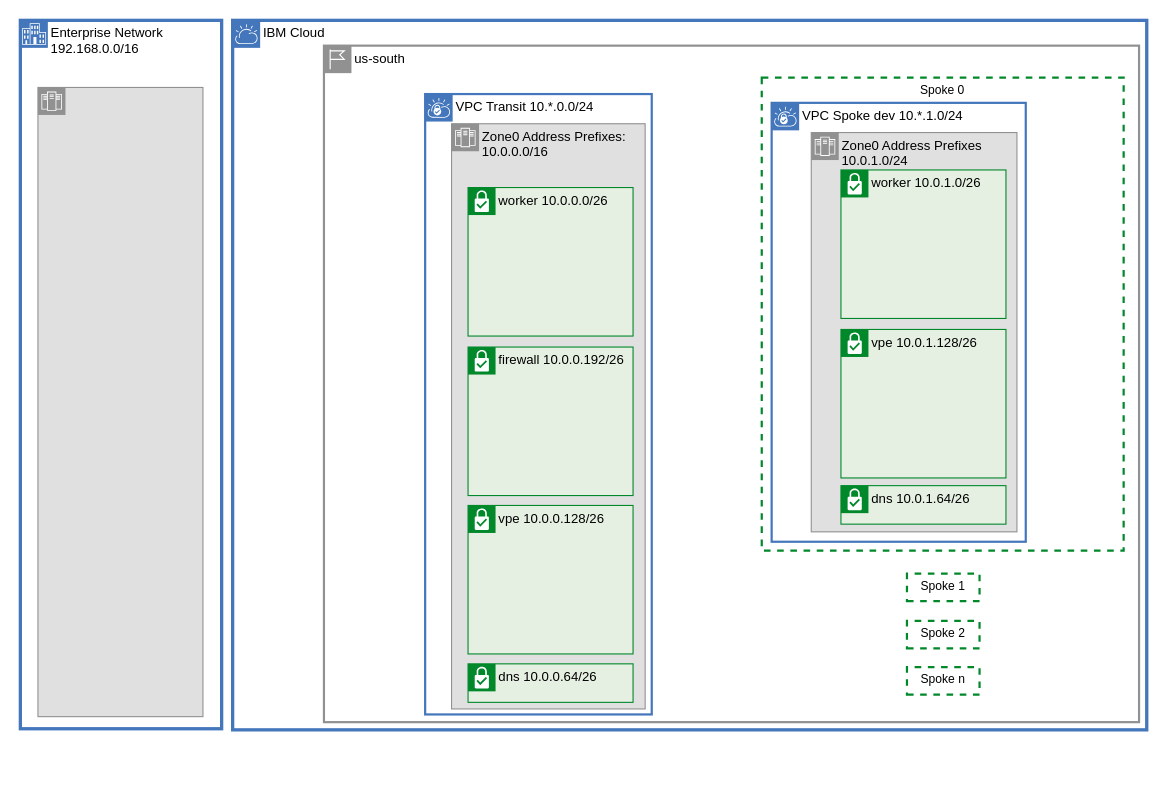
The draw.io diagram page "vpc-layout" (2 of 11) of diagrams/vpc-transit.drawio in ibm-cloud-docs/solution-tutorials, before the edit. Source tidied: cells renumbered, new cells numbered last; positions are measured from the earlier drawing's top-left corner, leaving out a move shared by most shapes. Both pictures are drawn from the tidied source at 110%, with x=0, y=0 at pixel (20, 20).
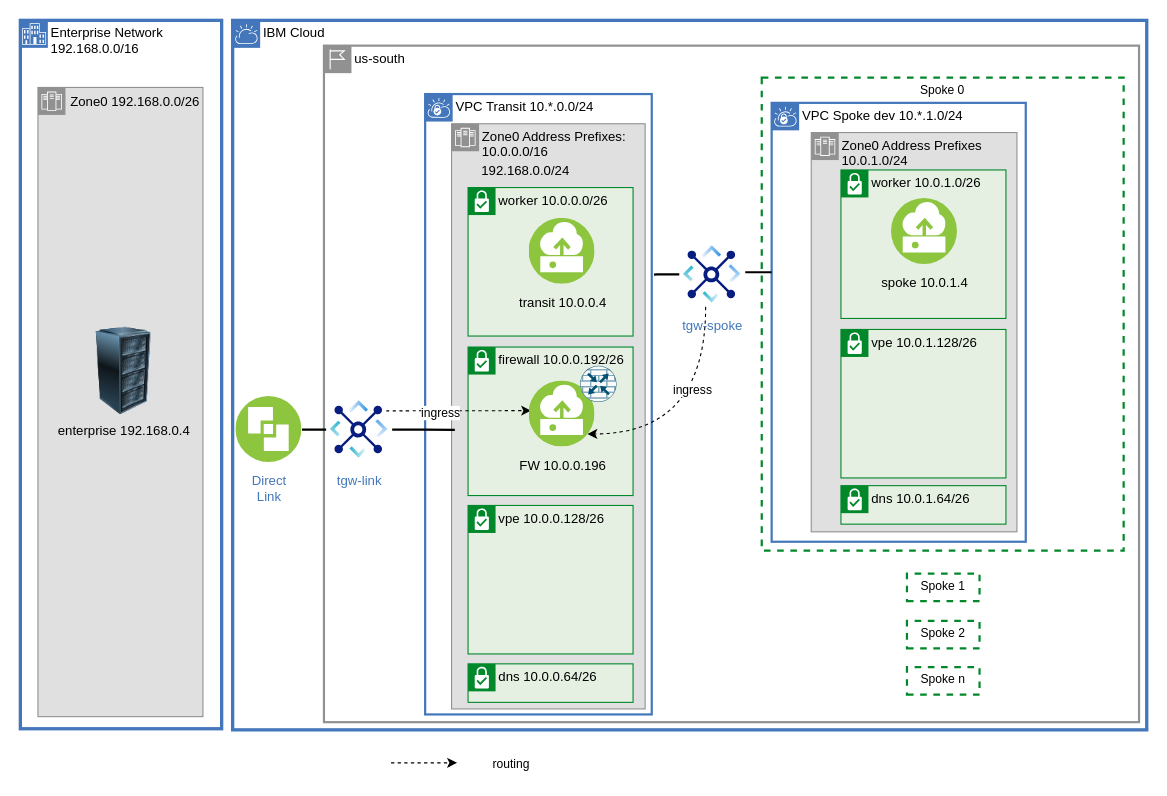
Above is the later version.

Unchanged cells that the change refers to:
```xml
<mxCell id="8" value="VPC Transit 10.*.0.0/24" style="shape=mxgraph.ibm.box;prType=vpc;fontStyle=0;verticalAlign=top;align=left;spacingLeft=32;spacingTop=4;fillColor=none;rounded=0;whiteSpace=wrap;html=1;strokeColor=#4376BB;strokeWidth=2;dashed=0;spacing=-4;" parent="1" vertex="1">
  <mxGeometry x="368" y="67" width="206" height="564" as="geometry" />
</mxCell>
<mxCell id="9" value="Zone0 Address Prefixes:&amp;nbsp; 10.0.0.0/16" style="shape=mxgraph.ibm.box;prType=zone;fontStyle=0;verticalAlign=top;align=left;spacingLeft=32;spacingTop=4;fillColor=#E0E0E0;rounded=0;whiteSpace=wrap;html=1;strokeColor=#919191;strokeWidth=1;dashed=0;spacing=-4;" parent="1" vertex="1">
  <mxGeometry x="392" y="94" width="176" height="532" as="geometry" />
</mxCell>
```

Diff of the diagram source:
```diff
@@
+    <mxCell id="21" style="edgeStyle=orthogonalEdgeStyle;rounded=0;jettySize=auto;html=1;strokeWidth=2;endArrow=none;endFill=0;entryX=1.01;entryY=0.291;entryDx=0;entryDy=0;entryPerimeter=0;" parent="1" edge="1" source="28" target="8">
+      <mxGeometry relative="1" as="geometry" />
+    </mxCell>
@@
+    <mxCell id="22" style="edgeStyle=orthogonalEdgeStyle;shape=connector;rounded=0;jettySize=auto;html=1;entryX=0.017;entryY=0.523;entryDx=0;entryDy=0;entryPerimeter=0;labelBackgroundColor=default;strokeColor=default;strokeWidth=2;fontFamily=Helvetica;fontSize=11;fontColor=default;endArrow=none;endFill=0;" parent="1" edge="1" source="31" target="9">
+      <mxGeometry relative="1" as="geometry" />
+    </mxCell>
+    <mxCell id="23" parent="0" />
+    <mxCell id="24" value="spoke 10.0.1.4" style="perimeter=ellipsePerimeter;html=1;align=center;shadow=0;dashed=0;fontColor=black;fontSize=12;spacingTop=3;image;image=img/lib/ibm/vpc/Instance.svg;overflow=visible;noLabel=0;labelBackgroundColor=none;" parent="23" vertex="1">
+      <mxGeometry x="792" y="162" width="60" height="60" as="geometry" />
+    </mxCell>
+    <mxCell id="25" value="transit 10.0.0.4" style="perimeter=ellipsePerimeter;html=1;align=center;shadow=0;dashed=0;fontColor=black;fontSize=12;spacingTop=3;image;image=img/lib/ibm/vpc/Instance.svg;labelBackgroundColor=none;" parent="23" vertex="1">
+      <mxGeometry x="462.5" y="180" width="60" height="60" as="geometry" />
+    </mxCell>
+    <mxCell id="26" value="enterprise 192.168.0.4" style="image;html=1;image=img/lib/clip_art/computers/Server_Rack_128x128.png;noLabel=0;labelBackgroundColor=none;" parent="23" vertex="1">
+      <mxGeometry x="54" y="279" width="80" height="80" as="geometry" />
+    </mxCell>
+    <mxCell id="27" parent="0" />
+    <mxCell id="28" value="tgw-spoke" style="perimeter=ellipsePerimeter;html=1;align=center;shadow=0;dashed=0;fontColor=#4277BB;labelBackgroundColor=#ffffff;fontSize=12;spacingTop=3;image;image=img/lib/ibm/vpc/TransitGateway.svg;labelPadding=0;backgroundOutline=0;" parent="27" vertex="1">
+      <mxGeometry x="599" y="201" width="60" height="60" as="geometry" />
+    </mxCell>
+    <mxCell id="29" style="edgeStyle=orthogonalEdgeStyle;rounded=0;orthogonalLoop=1;jettySize=auto;html=1;endArrow=none;endFill=0;strokeWidth=2;" parent="27" edge="1">
+      <mxGeometry relative="1" as="geometry">
+        <mxPoint x="659" y="229" as="sourcePoint" />
+        <mxPoint x="682" y="230" as="targetPoint" />
+      </mxGeometry>
+    </mxCell>
+    <mxCell id="30" parent="0" />
+    <mxCell id="31" value="tgw-link" style="perimeter=ellipsePerimeter;html=1;align=center;shadow=0;dashed=0;fontColor=#4277BB;labelBackgroundColor=#ffffff;fontSize=12;spacingTop=3;image;image=img/lib/ibm/vpc/TransitGateway.svg;" parent="30" vertex="1">
+      <mxGeometry x="278" y="342" width="60" height="60" as="geometry" />
+    </mxCell>
+    <mxCell id="32" style="edgeStyle=orthogonalEdgeStyle;rounded=0;orthogonalLoop=1;jettySize=auto;html=1;dashed=1;strokeWidth=3;endArrow=none;endFill=0;" parent="30" edge="1">
+      <mxGeometry relative="1" as="geometry">
+        <mxPoint x="206" y="376" as="sourcePoint" />
+        <mxPoint x="247" y="376" as="targetPoint" />
+      </mxGeometry>
+    </mxCell>
+    <mxCell id="33" value="Direct&lt;br&gt;Link" style="perimeter=ellipsePerimeter;html=1;align=center;shadow=0;dashed=0;fontColor=#4277BB;labelBackgroundColor=#ffffff;fontSize=12;spacingTop=3;image;image=img/lib/ibm/vpc/DirectLink.svg;" parent="30" vertex="1">
+      <mxGeometry x="196" y="342" width="60" height="60" as="geometry" />
+    </mxCell>
+    <mxCell id="34" style="edgeStyle=orthogonalEdgeStyle;shape=connector;rounded=0;jettySize=auto;html=1;entryX=0;entryY=0.5;entryDx=0;entryDy=0;labelBackgroundColor=default;strokeColor=default;strokeWidth=2;fontFamily=Helvetica;fontSize=11;fontColor=default;endArrow=none;endFill=0;" parent="30" edge="1" source="33" target="31">
+      <mxGeometry relative="1" as="geometry" />
+    </mxCell>
+    <mxCell id="35" parent="0" />
+    <mxCell id="36" style="edgeStyle=orthogonalEdgeStyle;shape=connector;curved=1;rounded=0;jettySize=auto;html=1;entryX=1;entryY=0.5;entryDx=0;entryDy=0;dashed=1;labelBackgroundColor=default;strokeColor=default;strokeWidth=1;fontFamily=Helvetica;fontSize=11;fontColor=default;endArrow=classic;endFill=1;" parent="35" edge="1" source="28">
+      <mxGeometry relative="1" as="geometry">
+        <mxPoint x="515.5" y="376" as="targetPoint" />
+        <Array as="points">
+          <mxPoint x="623" y="376" />
+        </Array>
+      </mxGeometry>
+    </mxCell>
+    <mxCell id="37" value="ingress" style="edgeLabel;html=1;align=center;verticalAlign=middle;fontSize=11;fontFamily=Helvetica;fontColor=default;" parent="36" vertex="1">
+      <mxGeometry x="-0.31" y="-13" relative="1" as="geometry">
+        <mxPoint y="-2" as="offset" />
+      </mxGeometry>
+    </mxCell>
+    <mxCell id="38" style="edgeStyle=orthogonalEdgeStyle;shape=connector;curved=1;rounded=0;jettySize=auto;html=1;entryX=0;entryY=0;entryDx=0;entryDy=0;dashed=1;labelBackgroundColor=default;strokeColor=default;strokeWidth=1;fontFamily=Helvetica;fontSize=11;fontColor=default;endArrow=classic;endFill=1;" parent="35" edge="1" source="31">
+      <mxGeometry relative="1" as="geometry">
+        <mxPoint x="464.3" y="354.8" as="targetPoint" />
+        <Array as="points">
+          <mxPoint x="346" y="355" />
+          <mxPoint x="346" y="355" />
+        </Array>
+      </mxGeometry>
+    </mxCell>
+    <mxCell id="39" value="ingress" style="edgeLabel;html=1;align=center;verticalAlign=middle;fontSize=11;fontFamily=Helvetica;fontColor=default;" parent="38" vertex="1">
+      <mxGeometry x="-0.26" y="-2" relative="1" as="geometry" />
+    </mxCell>
+    <mxCell id="40" value="FW 10.0.0.196" style="perimeter=ellipsePerimeter;html=1;align=center;shadow=0;dashed=0;fontColor=black;fontSize=12;spacingTop=3;image;image=img/lib/ibm/vpc/Instance.svg;overflow=visible;noLabel=0;labelBackgroundColor=none;" parent="35" vertex="1">
+      <mxGeometry x="462.5" y="328" width="60" height="60" as="geometry" />
+    </mxCell>
+    <mxCell id="41" style="sketch=0;verticalLabelPosition=bottom;html=1;verticalAlign=top;align=center;shape=mxgraph.cisco19.rect;prIcon=router_with_firewall;fillColor=#FAFAFA;strokeColor=#005073;shadow=0;dashed=0;labelBackgroundColor=none;fontFamily=Helvetica;fontSize=12;fontColor=black;" parent="35" vertex="1">
+      <mxGeometry x="509" y="314" width="33" height="33" as="geometry" />
+    </mxCell>
+    <mxCell id="42" style="shape=connector;rounded=0;orthogonalLoop=1;jettySize=auto;html=1;dashed=1;labelBackgroundColor=default;strokeColor=default;strokeWidth=1;fontFamily=Helvetica;fontSize=11;fontColor=default;endArrow=classic;endFill=1;" parent="35" edge="1">
+      <mxGeometry relative="1" as="geometry">
+        <mxPoint x="337" y="675" as="sourcePoint" />
+        <mxPoint x="397" y="675" as="targetPoint" />
+      </mxGeometry>
+    </mxCell>
+    <mxCell id="43" value="routing" style="text;html=1;align=center;verticalAlign=middle;strokeColor=none;fillColor=none;fontSize=11;fontFamily=Helvetica;fontColor=default;" parent="35" vertex="1">
+      <mxGeometry x="420" y="663" width="52" height="25" as="geometry" />
+    </mxCell>
+    <mxCell id="44" parent="0" />
+    <mxCell id="45" value="&lt;span style=&quot;font-size: 12px; text-align: left;&quot;&gt;192.168.0.0/24&lt;/span&gt;" style="text;html=1;align=center;verticalAlign=middle;strokeColor=none;fillColor=none;fontSize=11;fontFamily=Helvetica;fontColor=default;" parent="44" vertex="1">
+      <mxGeometry x="410" y="124" width="98" height="26" as="geometry" />
+    </mxCell>
+    <mxCell id="46" value="&lt;span style=&quot;font-size: 12px; text-align: left;&quot;&gt;Zone0 192.168.0.0/26&lt;/span&gt;" style="text;html=1;align=center;verticalAlign=middle;strokeColor=none;fillColor=none;fontSize=11;fontFamily=Helvetica;fontColor=default;" parent="44" vertex="1">
+      <mxGeometry x="36" y="61" width="135" height="26" as="geometry" />
+    </mxCell>
```
